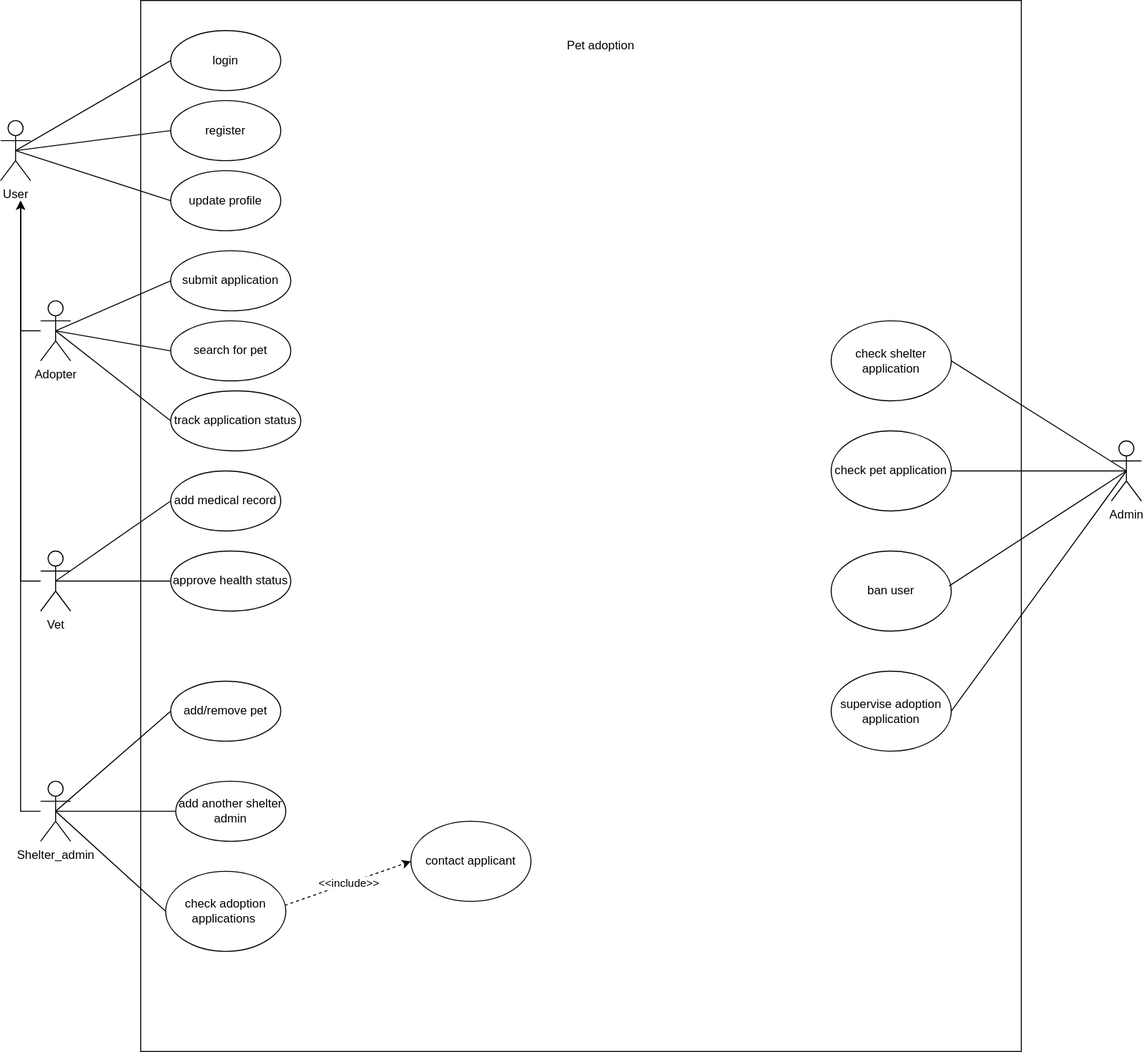
The draw.io diagram UseCaseDiagram.svg in Thomaskald/DistributedSystems, before a commit. Source tidied: cells renumbered, new cells last; positions are measured from the earlier drawing's top-left corner, leaving out a move shared by most shapes.
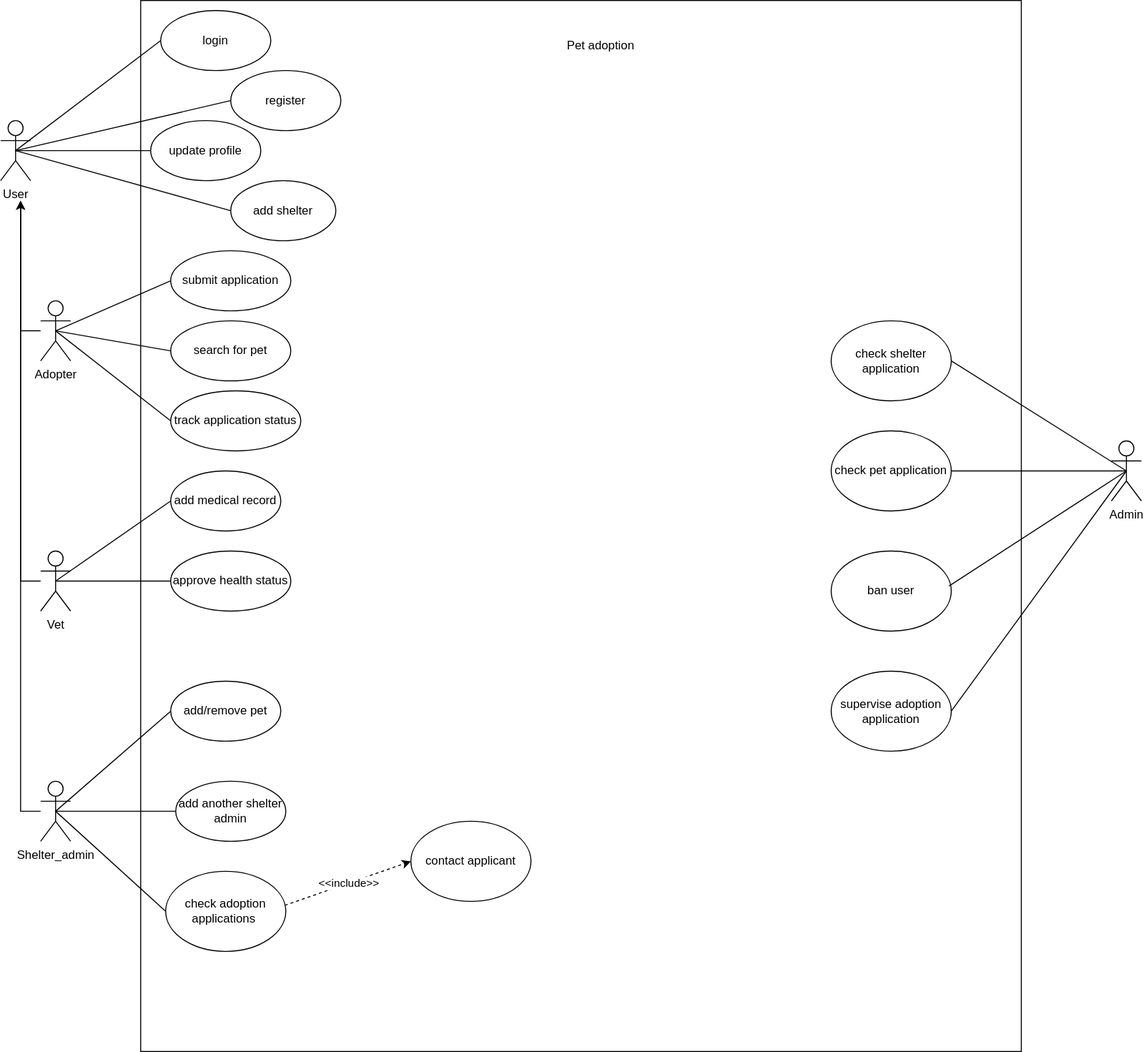
Above is the later version.

The edit, as a diff of the source:
```diff
@@ -36,19 +36,19 @@
       <mxGeometry x="40" y="780" width="30" height="60" as="geometry" />
     </mxCell>
     <mxCell id="11" value="login" style="ellipse;whiteSpace=wrap;html=1;" parent="1" vertex="1">
-      <mxGeometry x="170" y="30" width="110" height="60" as="geometry" />
+      <mxGeometry x="160" y="10" width="110" height="60" as="geometry" />
     </mxCell>
     <mxCell id="12" style="endArrow=none;html=1;rounded=0;exitX=0.5;exitY=0.5;exitDx=0;exitDy=0;exitPerimeter=0;entryX=0;entryY=0.5;entryDx=0;entryDy=0;" parent="1" edge="1" source="4" target="11">
       <mxGeometry relative="1" as="geometry" />
     </mxCell>
     <mxCell id="13" value="register" style="ellipse;whiteSpace=wrap;html=1;" parent="1" vertex="1">
-      <mxGeometry x="170" y="100" width="110" height="60" as="geometry" />
+      <mxGeometry x="230" y="70" width="110" height="60" as="geometry" />
     </mxCell>
     <mxCell id="14" style="endArrow=none;html=1;rounded=0;exitX=0.5;exitY=0.5;exitDx=0;exitDy=0;exitPerimeter=0;entryX=0;entryY=0.5;entryDx=0;entryDy=0;" parent="1" edge="1" source="4" target="13">
       <mxGeometry relative="1" as="geometry" />
     </mxCell>
     <mxCell id="15" value="update profile" style="ellipse;whiteSpace=wrap;html=1;" parent="1" vertex="1">
-      <mxGeometry x="170" y="170" width="110" height="60" as="geometry" />
+      <mxGeometry x="150" y="120" width="110" height="60" as="geometry" />
     </mxCell>
     <mxCell id="16" style="endArrow=none;html=1;rounded=0;exitX=0.5;exitY=0.5;exitDx=0;exitDy=0;exitPerimeter=0;entryX=0;entryY=0.5;entryDx=0;entryDy=0;" parent="1" edge="1" source="4" target="15">
       <mxGeometry relative="1" as="geometry" />
@@ -137,5 +137,11 @@
     <mxCell id="44" style="endArrow=none;html=1;rounded=0;exitX=0.5;exitY=0.5;exitDx=0;exitDy=0;exitPerimeter=0;entryX=0;entryY=0.5;entryDx=0;entryDy=0;" parent="1" edge="1" source="10" target="31">
       <mxGeometry relative="1" as="geometry" />
     </mxCell>
+    <mxCell id="45" style="endArrow=none;html=1;rounded=0;exitX=0.5;exitY=0.5;exitDx=0;exitDy=0;exitPerimeter=0;entryX=0;entryY=0.5;entryDx=0;entryDy=0;" parent="1" edge="1" source="4" target="46">
+      <mxGeometry relative="1" as="geometry" />
+    </mxCell>
+    <mxCell id="46" value="add shelter" style="ellipse;whiteSpace=wrap;html=1;" parent="1" vertex="1">
+      <mxGeometry x="230" y="180" width="105" height="60" as="geometry" />
+    </mxCell>
   </root>
 </mxGraphModel>
```
